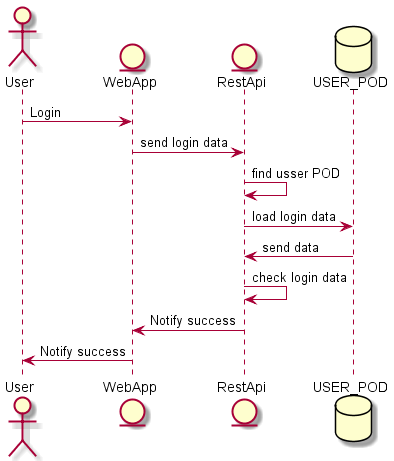
This is images/LoginUserPOD.png from Arquisoft/dede_es3c, a PlantUML export, as it was before one commit.
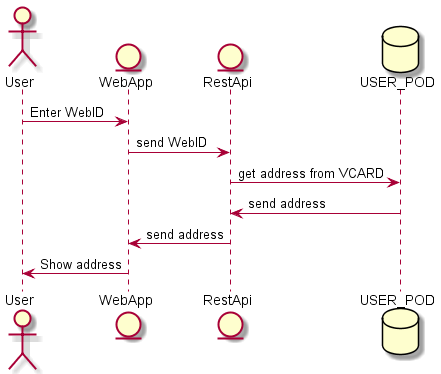
Above is the later version.

What changed in the source:
```diff
@@ -3,12 +3,10 @@
 entity WebApp
 entity RestApi
 database USER_POD
-User-> WebApp : Login
-WebApp-> RestApi : send login data
-RestApi -> RestApi : find usser POD
-RestApi -> USER_POD : load login data
-USER_POD -> RestApi : send data
-RestApi -> RestApi : check login data
-RestApi -> WebApp: Notify success
-WebApp-> User: Notify success
+User-> WebApp : Enter WebID
+WebApp-> RestApi : send WebID
+RestApi -> USER_POD : get address from VCARD
+USER_POD -> RestApi : send address
+RestApi -> WebApp: send address
+WebApp-> User: Show address
 @enduml
```
